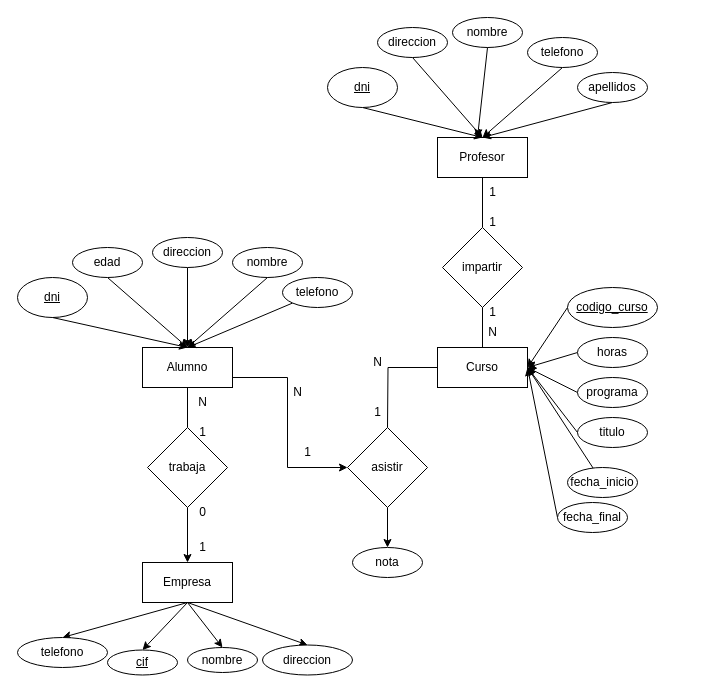
adriii28/amr-tsys-C3U12-11102023 keeps this draw.io diagram as ej2.drawio. Above is the earlier version. Source tidied: cells renumbered, new cells numbered last; positions are measured from the earlier drawing's top-left corner, leaving out a move shared by most shapes. Both pictures are drawn from the tidied source at 100%, with x=0, y=0 at pixel (17, 17).
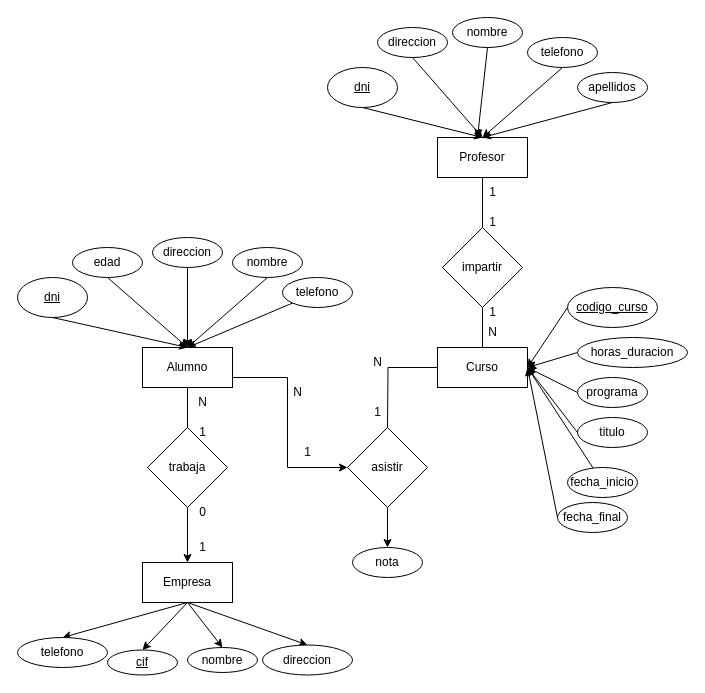
After the change.

Change to the diagram source:
```diff
@@
-    <mxCell id="32" value="horas" style="ellipse;whiteSpace=wrap;html=1;" parent="1" vertex="1">
-      <mxGeometry x="560" y="320" width="70" height="30" as="geometry" />
+    <mxCell id="32" value="horas_duracion" style="ellipse;whiteSpace=wrap;html=1;" parent="1" vertex="1">
+      <mxGeometry x="560" y="320" width="110" height="30" as="geometry" />
     </mxCell>
```
